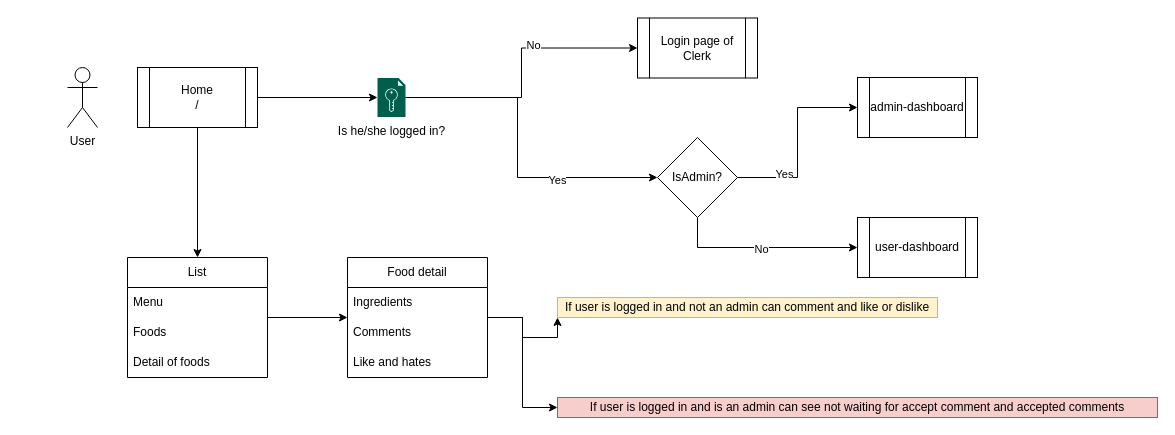
Above: page "Pages flow" (1 of 2) of Foodmate.drawio in yasharvc/FoodMate (draw.io), before the change. Source tidied: cells renumbered, new cells numbered last; positions are measured from the earlier drawing's top-left corner, leaving out a move shared by most shapes. Both pictures are drawn from the tidied source at 100%, with x=0, y=0 at pixel (67, 17).
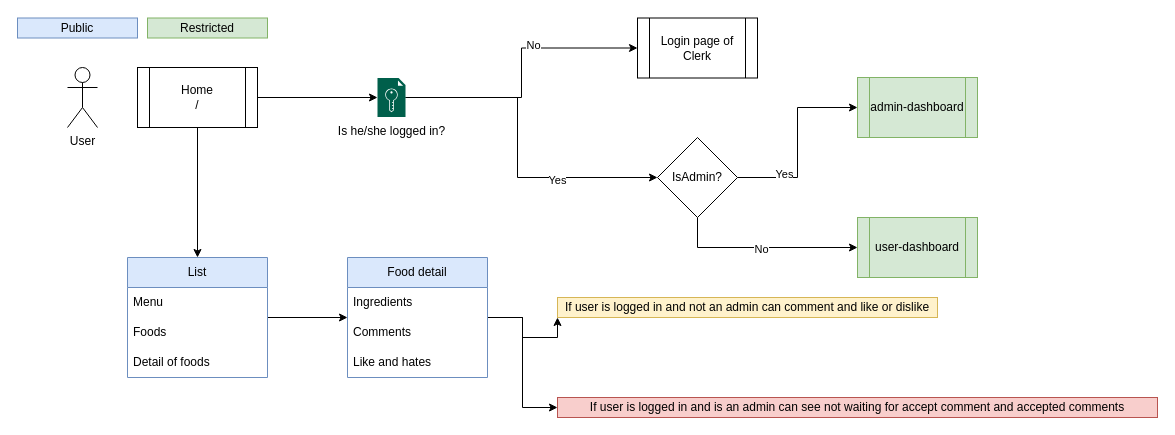
The same page after the edit.

Change to the diagram source:
```diff
@@
-    <mxCell id="17" value="admin-dashboard" style="shape=process;whiteSpace=wrap;html=1;backgroundOutline=1;" parent="1" vertex="1">
+    <mxCell id="17" value="admin-dashboard" style="shape=process;whiteSpace=wrap;html=1;backgroundOutline=1;fillColor=#d5e8d4;strokeColor=#82b366;" parent="1" vertex="1">
       <mxGeometry x="790" y="60" width="120" height="60" as="geometry" />
     </mxCell>
-    <mxCell id="18" value="user-dashboard" style="shape=process;whiteSpace=wrap;html=1;backgroundOutline=1;" parent="1" vertex="1">
+    <mxCell id="18" value="user-dashboard" style="shape=process;whiteSpace=wrap;html=1;backgroundOutline=1;fillColor=#d5e8d4;strokeColor=#82b366;" parent="1" vertex="1">
       <mxGeometry x="790" y="200" width="120" height="60" as="geometry" />
     </mxCell>
@@
-    <mxCell id="20" value="List" style="swimlane;fontStyle=0;horizontal=1;startSize=30;whiteSpace=wrap;html=1;" parent="1" vertex="1">
+    <mxCell id="20" value="List" style="swimlane;fontStyle=0;horizontal=1;startSize=30;whiteSpace=wrap;html=1;fillColor=#dae8fc;strokeColor=#6c8ebf;" parent="1" vertex="1">
       <mxGeometry x="60" y="240" width="140" height="120" as="geometry" />
     </mxCell>
@@
-    <mxCell id="26" value="Food detail" style="swimlane;fontStyle=0;horizontal=1;startSize=30;whiteSpace=wrap;html=1;" parent="1" vertex="1">
+    <mxCell id="26" value="Food detail" style="swimlane;fontStyle=0;horizontal=1;startSize=30;whiteSpace=wrap;html=1;fillColor=#dae8fc;strokeColor=#6c8ebf;" parent="1" vertex="1">
       <mxGeometry x="280" y="240" width="140" height="120" as="geometry" />
     </mxCell>
@@
+    <mxCell id="32" value="Public" style="rounded=0;whiteSpace=wrap;html=1;fillColor=#dae8fc;strokeColor=#6c8ebf;" parent="1" vertex="1">
+      <mxGeometry x="-50" y="0.5" width="120" height="20" as="geometry" />
+    </mxCell>
+    <mxCell id="33" value="Restricted" style="rounded=0;whiteSpace=wrap;html=1;fillColor=#d5e8d4;strokeColor=#82b366;" parent="1" vertex="1">
+      <mxGeometry x="80" y="0.5" width="120" height="20" as="geometry" />
+    </mxCell>
```
